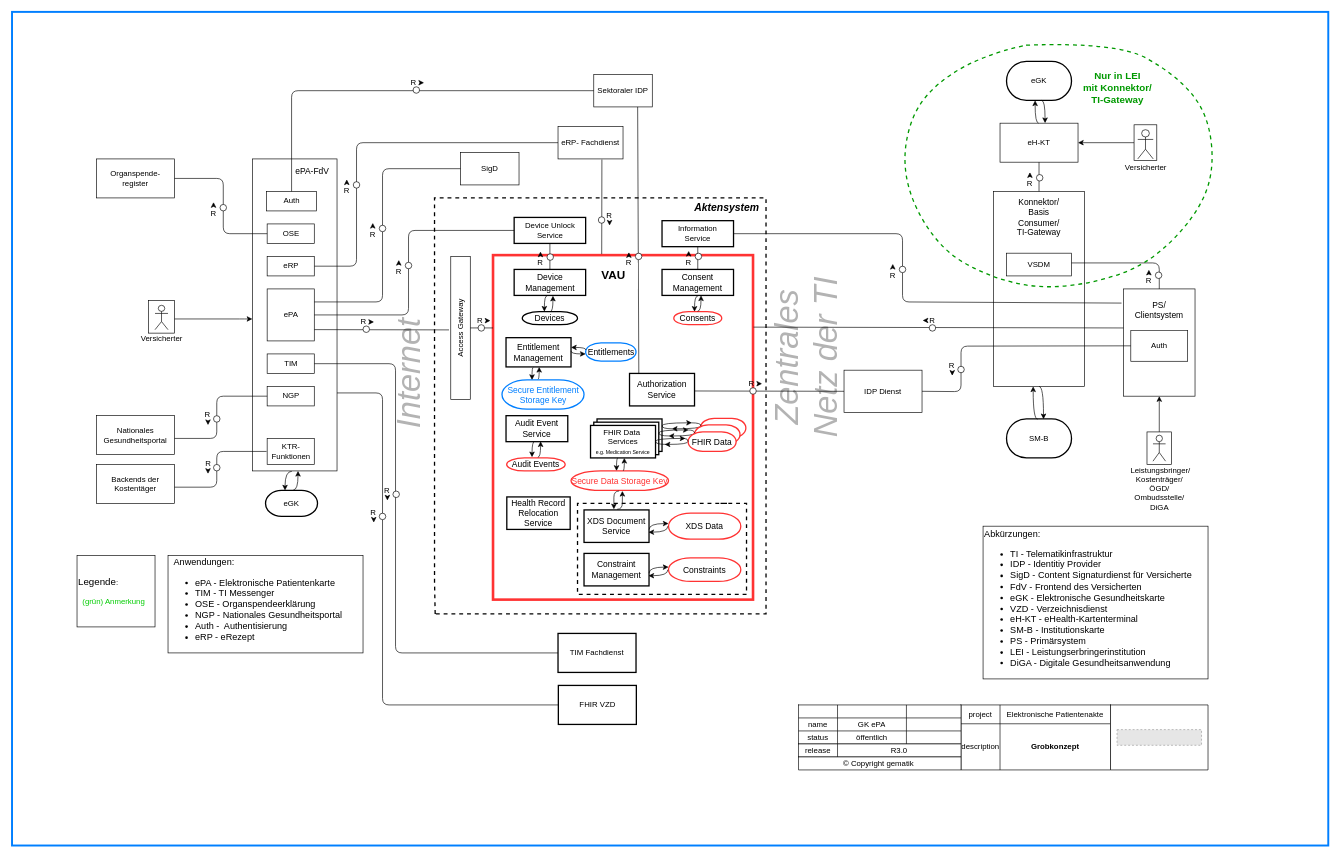
The draw.io diagram src/drawio/ePA-Grobarchitektur.drawio in gematik/ePA-Basic, before the edit. Source tidied: cells renumbered, new cells numbered last; positions are measured from the earlier drawing's top-left corner, leaving out a move shared by most shapes. Both pictures are drawn from the tidied source at 65%, with x=0, y=0 at pixel (12, 12). Pictures stored in the file or linked from it are replaced by grey dashed boxes.
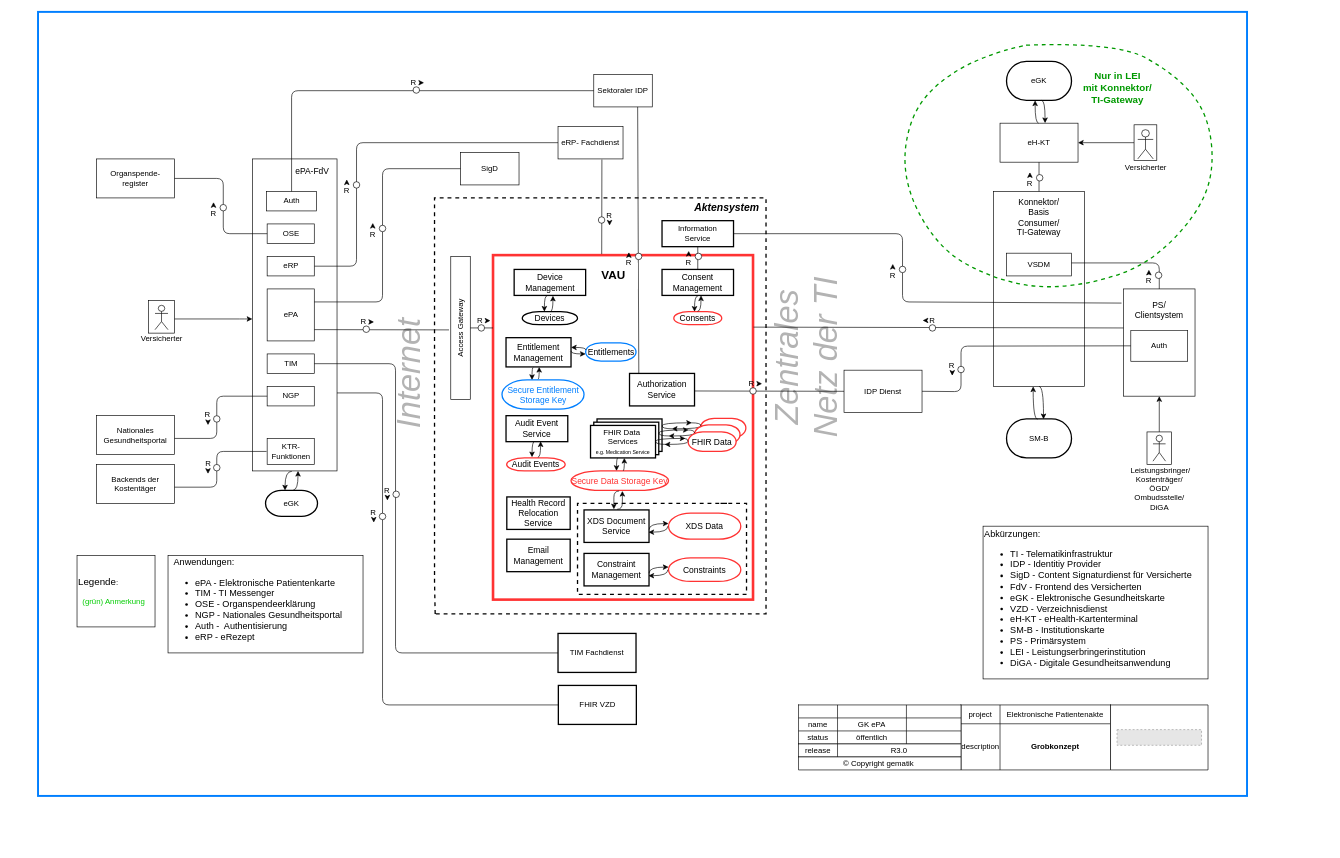
After the change.

Unchanged cells that the change refers to:
```xml
<mxCell id="11" value="ePA" style="rounded=0;whiteSpace=wrap;html=1;" parent="1" vertex="1">
  <mxGeometry x="392.5" y="426" width="72.5" height="80" as="geometry" />
</mxCell>
<mxCell id="40" value="&lt;font style=&quot;font-size: 13px;&quot;&gt;Device Management&lt;/font&gt;" style="rounded=0;whiteSpace=wrap;html=1;strokeWidth=2;" parent="1" vertex="1">
  <mxGeometry x="772.5" y="396" width="110" height="40" as="geometry" />
</mxCell>
```

What changed in the source:
```diff
@@
     <mxCell id="2" style="rounded=0;whiteSpace=wrap;html=1;strokeColor=#007fff;fontColor=#007fff;strokeWidth=3;" parent="1" vertex="1">
-      <mxGeometry y="-0.2" width="2025" height="1282.5" as="geometry" />
+      <mxGeometry x="40" y="-0.2" width="1860" height="1206.2" as="geometry" />
     </mxCell>
@@
-    <mxCell id="37" value="Device Unlock&lt;br&gt;Service" style="rounded=0;whiteSpace=wrap;html=1;strokeWidth=2;" parent="1" vertex="1">
-      <mxGeometry x="772.5" y="316" width="110" height="40" as="geometry" />
-    </mxCell>
@@
-    <mxCell id="62" style="endArrow=none;html=1;rounded=0;entryX=0.5;entryY=1;entryDx=0;entryDy=0;exitX=0.5;exitY=0;exitDx=0;exitDy=0;" parent="1" edge="1" source="40" target="37">
-      <mxGeometry relative="1" as="geometry" />
-    </mxCell>
@@
-    <mxCell id="92" style="endArrow=none;html=1;rounded=1;exitX=1;exitY=0.5;exitDx=0;exitDy=0;entryX=0;entryY=0.5;entryDx=0;entryDy=0;curved=0;" parent="1" edge="1" source="11" target="37">
-      <mxGeometry relative="1" as="geometry">
-        <Array as="points">
-          <mxPoint x="610" y="466" />
-          <mxPoint x="610" y="336" />
-        </Array>
-      </mxGeometry>
-    </mxCell>
@@
-    <mxCell id="150" style="ellipse;whiteSpace=wrap;html=1;" parent="1" vertex="1">
-      <mxGeometry x="605" y="385" width="10" height="10" as="geometry" />
-    </mxCell>
-    <mxCell id="151" style="endArrow=classic;html=1;rounded=0;" parent="1" edge="1">
-      <mxGeometry relative="1" as="geometry">
-        <mxPoint x="595" y="386.5" as="sourcePoint" />
-        <mxPoint x="595" y="381.5" as="targetPoint" />
-      </mxGeometry>
-    </mxCell>
-    <mxCell id="152" value="R" style="text;html=1;align=center;verticalAlign=middle;whiteSpace=wrap;rounded=0;" parent="1" vertex="1">
-      <mxGeometry x="590" y="394" width="10" height="10" as="geometry" />
-    </mxCell>
-    <mxCell id="153" style="ellipse;whiteSpace=wrap;html=1;" parent="1" vertex="1">
-      <mxGeometry x="823" y="372" width="10" height="10" as="geometry" />
-    </mxCell>
-    <mxCell id="154" style="endArrow=classic;html=1;rounded=0;" parent="1" edge="1">
-      <mxGeometry relative="1" as="geometry">
-        <mxPoint x="813" y="373.5" as="sourcePoint" />
-        <mxPoint x="813" y="368.5" as="targetPoint" />
-      </mxGeometry>
-    </mxCell>
-    <mxCell id="155" value="R" style="text;html=1;align=center;verticalAlign=middle;whiteSpace=wrap;rounded=0;" parent="1" vertex="1">
-      <mxGeometry x="808" y="381" width="10" height="10" as="geometry" />
-    </mxCell>
@@
+    <mxCell id="228" value="&lt;font style=&quot;font-size: 13px;&quot;&gt;Email Management&lt;/font&gt;" style="rounded=0;whiteSpace=wrap;html=1;strokeWidth=2;" parent="1" vertex="1">
+      <mxGeometry x="761.2" y="811" width="97.5" height="50" as="geometry" />
+    </mxCell>
```
